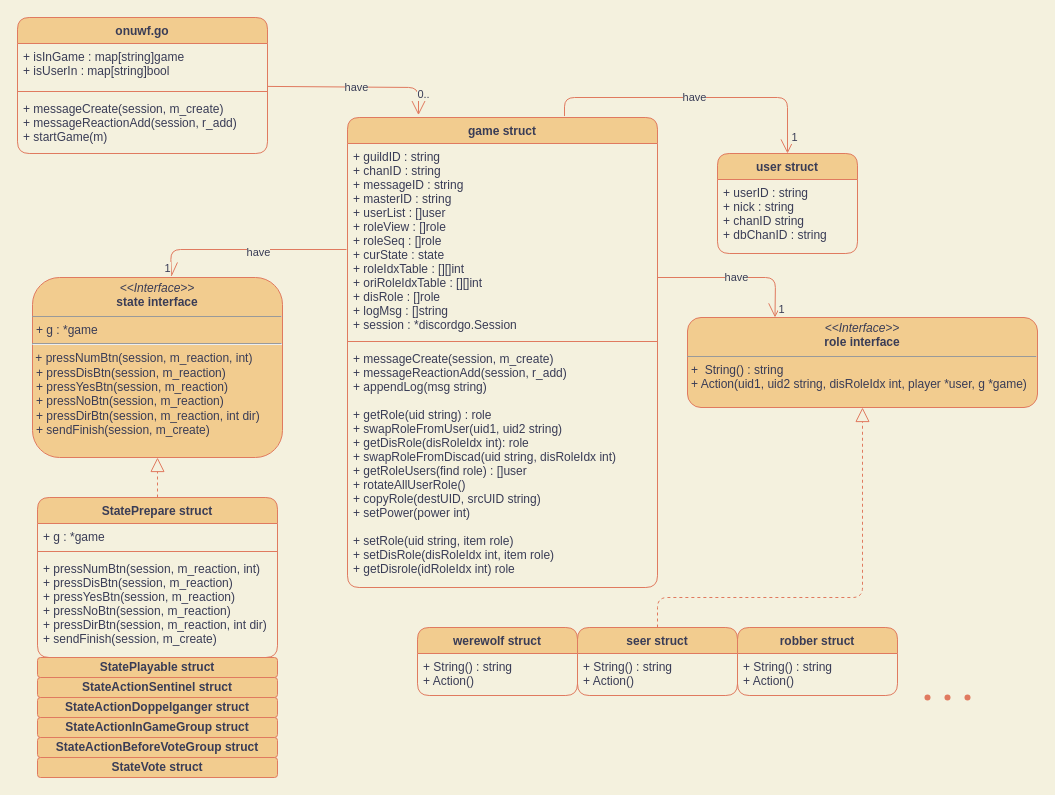
Above: struct_diagram.drawio in splkm97/ONUWF (draw.io), before the change. Source tidied: cells renumbered, new cells numbered last; positions are measured from the earlier drawing's top-left corner, leaving out a move shared by most shapes. Both pictures are drawn from the tidied source at 100%, with x=0, y=0 at pixel (17, 17).
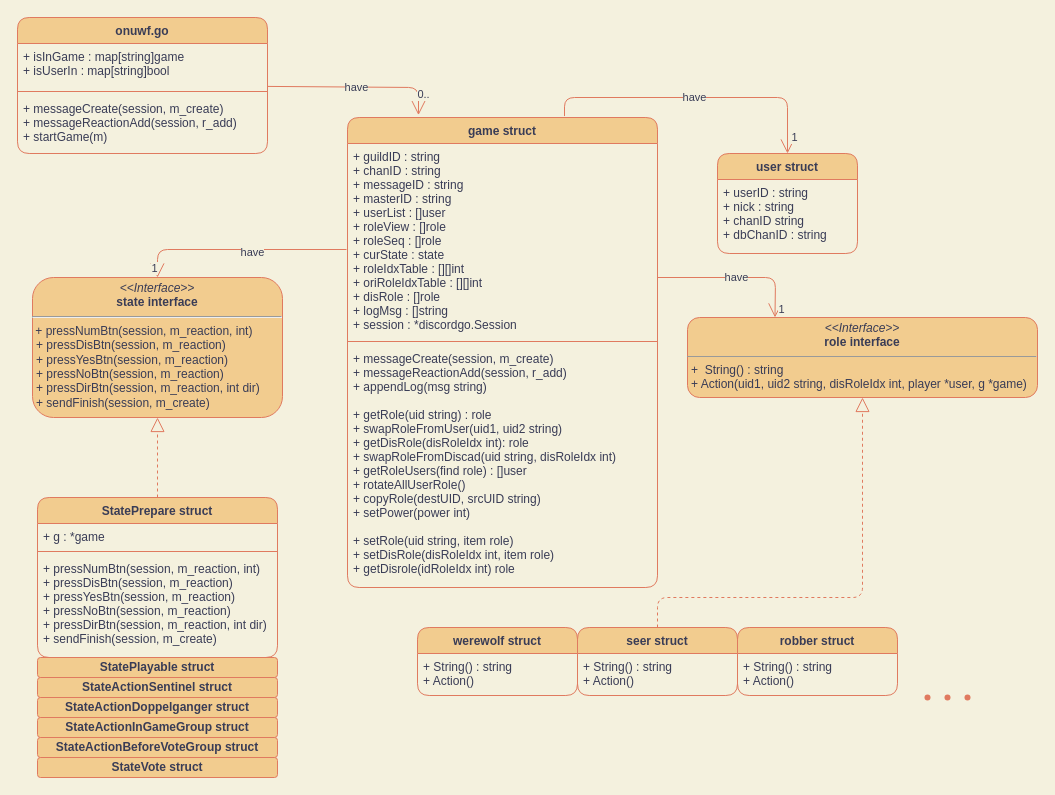
After the change.

Diff of the diagram source:
```diff
@@
     <mxCell id="12" value="&lt;p style=&quot;margin: 0px ; margin-top: 4px ; text-align: center&quot;&gt;&lt;i&gt;&amp;lt;&amp;lt;Interface&amp;gt;&amp;gt;&lt;/i&gt;&lt;br&gt;&lt;b&gt;role interface&lt;/b&gt;&lt;/p&gt;&lt;hr size=&quot;1&quot;&gt;&lt;p style=&quot;margin: 0px ; margin-left: 4px&quot;&gt;+ &amp;nbsp;String() : string&lt;/p&gt;&lt;p style=&quot;margin: 0px 0px 0px 4px&quot;&gt;+ Action(uid1, uid2 string, disRoleIdx int, player *user, g *game)&lt;/p&gt;" style="verticalAlign=top;align=left;overflow=fill;fontSize=12;fontFamily=Helvetica;html=1;fontColor=#393C56;strokeColor=#E07A5F;fillColor=#F2CC8F;rounded=1;" parent="1" vertex="1">
-      <mxGeometry x="670" y="300" width="350" height="90" as="geometry" />
+      <mxGeometry x="670" y="300" width="350" height="80" as="geometry" />
     </mxCell>
@@
-    <mxCell id="20" value="&lt;p style=&quot;margin: 0px ; margin-top: 4px ; text-align: center&quot;&gt;&lt;i&gt;&amp;lt;&amp;lt;Interface&amp;gt;&amp;gt;&lt;/i&gt;&lt;br&gt;&lt;b&gt;state interface&lt;/b&gt;&lt;/p&gt;&lt;hr size=&quot;1&quot;&gt;&lt;p style=&quot;margin: 0px ; margin-left: 4px&quot;&gt;+ g : *game&lt;/p&gt;&lt;hr&gt;&lt;span&gt;&amp;nbsp;+ pressNumBtn(session, m_reaction, int)&lt;/span&gt;&lt;p style=&quot;margin: 0px 0px 0px 4px&quot;&gt;+ pressDisBtn(session, m_reaction)&lt;/p&gt;&lt;p style=&quot;margin: 0px 0px 0px 4px&quot;&gt;+ pressYesBtn(session, m_reaction)&lt;/p&gt;&lt;p style=&quot;margin: 0px 0px 0px 4px&quot;&gt;+ pressNoBtn(session, m_reaction)&lt;/p&gt;&lt;p style=&quot;margin: 0px 0px 0px 4px&quot;&gt;+ pressDirBtn(session, m_reaction, int dir)&lt;/p&gt;&lt;p style=&quot;margin: 0px 0px 0px 4px&quot;&gt;+ sendFinish(session, m_create)&lt;/p&gt;" style="verticalAlign=top;align=left;overflow=fill;fontSize=12;fontFamily=Helvetica;html=1;fontColor=#393C56;strokeColor=#E07A5F;fillColor=#F2CC8F;rounded=1;" parent="1" vertex="1">
-      <mxGeometry x="15" y="260" width="250" height="180" as="geometry" />
+    <mxCell id="20" value="&lt;p style=&quot;margin: 0px ; margin-top: 4px ; text-align: center&quot;&gt;&lt;i&gt;&amp;lt;&amp;lt;Interface&amp;gt;&amp;gt;&lt;/i&gt;&lt;br&gt;&lt;b&gt;state interface&lt;/b&gt;&lt;/p&gt;&lt;hr&gt;&lt;span&gt;&amp;nbsp;+ pressNumBtn(session, m_reaction, int)&lt;/span&gt;&lt;p style=&quot;margin: 0px 0px 0px 4px&quot;&gt;+ pressDisBtn(session, m_reaction)&lt;/p&gt;&lt;p style=&quot;margin: 0px 0px 0px 4px&quot;&gt;+ pressYesBtn(session, m_reaction)&lt;/p&gt;&lt;p style=&quot;margin: 0px 0px 0px 4px&quot;&gt;+ pressNoBtn(session, m_reaction)&lt;/p&gt;&lt;p style=&quot;margin: 0px 0px 0px 4px&quot;&gt;+ pressDirBtn(session, m_reaction, int dir)&lt;/p&gt;&lt;p style=&quot;margin: 0px 0px 0px 4px&quot;&gt;+ sendFinish(session, m_create)&lt;/p&gt;" style="verticalAlign=top;align=left;overflow=fill;fontSize=12;fontFamily=Helvetica;html=1;fontColor=#393C56;strokeColor=#E07A5F;fillColor=#F2CC8F;rounded=1;" parent="1" vertex="1">
+      <mxGeometry x="15" y="260" width="250" height="140" as="geometry" />
     </mxCell>
@@
-    <mxCell id="34" style="endArrow=open;endFill=1;endSize=12;html=1;fontColor=#393C56;strokeColor=#E07A5F;fillColor=#F2CC8F;entryX=0.556;entryY=-0.004;entryDx=0;entryDy=0;entryPerimeter=0;labelBackgroundColor=#F4F1DE;" parent="1" edge="1" target="20">
+    <mxCell id="34" style="endArrow=open;endFill=1;endSize=12;html=1;fontColor=#393C56;strokeColor=#E07A5F;fillColor=#F2CC8F;entryX=0.5;entryY=0;entryDx=0;entryDy=0;labelBackgroundColor=#F4F1DE;" parent="1" edge="1" target="20">
       <mxGeometry relative="1" as="geometry">
         <mxPoint x="329" y="232" as="sourcePoint" />
         <Array as="points">
-          <mxPoint x="153" y="232" />
+          <mxPoint x="140" y="232" />
         </Array>
       </mxGeometry>
     </mxCell>
```
